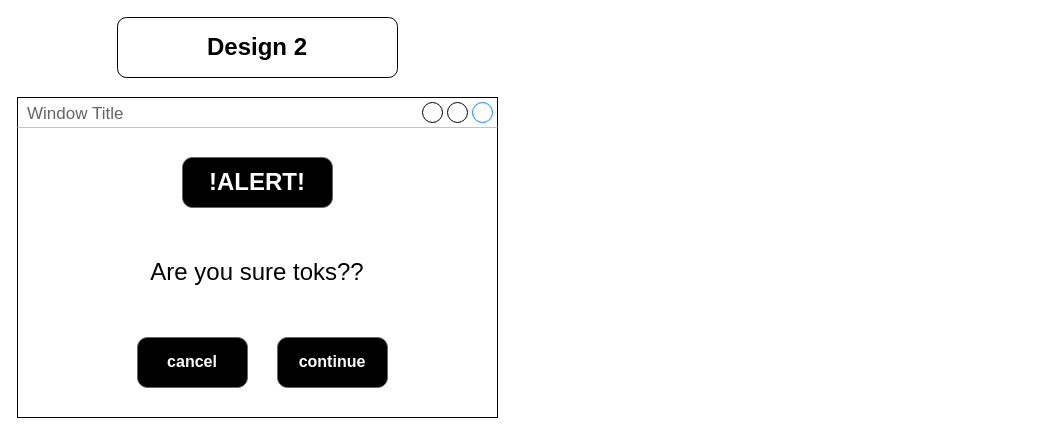
Earlier version of the draw.io diagram .github/Pop up menu.drawio (ASDAH-Digtal/gaming-assignment-2-TevitaManu). Source tidied: cells renumbered, new cells numbered last; positions are measured from the earlier drawing's top-left corner, leaving out a move shared by most shapes. Both pictures are drawn from the tidied source at 100%, with x=0, y=0 at pixel (17, 17).
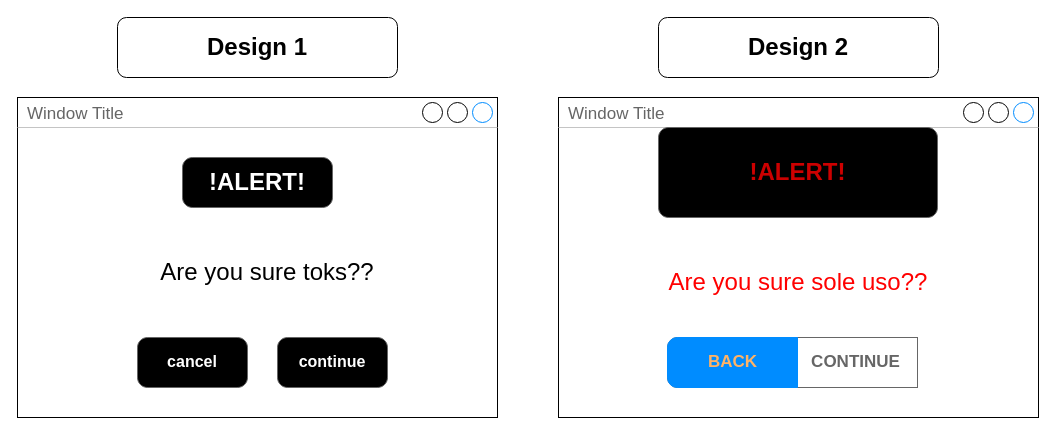
Above is the later version.

Commit message:
I made anothe pop up menu design

Change to the diagram source:
```diff
@@
 <mxGraphModel>
   <root>
     <mxCell id="0" />
     <mxCell id="1" parent="0" />
     <mxCell id="2" value="Window Title" style="strokeWidth=1;shadow=0;dashed=0;align=center;html=1;shape=mxgraph.mockup.containers.window;align=left;verticalAlign=top;spacingLeft=8;strokeColor2=#008cff;strokeColor3=#c4c4c4;fontColor=#666666;mainText=;fontSize=17;labelBackgroundColor=none;" parent="1" vertex="1">
       <mxGeometry y="80" width="480" height="320" as="geometry" />
     </mxCell>
     <mxCell id="3" value="&lt;font style=&quot;font-size: 24px;&quot;&gt;!ALERT!&lt;/font&gt;" style="strokeWidth=1;shadow=0;dashed=0;align=center;html=1;shape=mxgraph.mockup.buttons.button;strokeColor=#666666;fontColor=#ffffff;mainText=;buttonStyle=round;fontSize=17;fontStyle=1;fillColor=#000000;whiteSpace=wrap;" parent="1" vertex="1">
       <mxGeometry x="165" y="140" width="150" height="50" as="geometry" />
     </mxCell>
     <mxCell id="4" value="Are you sure toks??" style="text;html=1;strokeColor=none;fillColor=none;align=center;verticalAlign=middle;whiteSpace=wrap;rounded=0;fontSize=24;" parent="1" vertex="1">
-      <mxGeometry x="30" y="200" width="420" height="110" as="geometry" />
+      <mxGeometry x="40" y="200" width="420" height="110" as="geometry" />
     </mxCell>
     <mxCell id="5" value="&lt;font size=&quot;3&quot;&gt;cancel&lt;/font&gt;" style="strokeWidth=1;shadow=0;dashed=0;align=center;html=1;shape=mxgraph.mockup.buttons.button;strokeColor=#666666;fontColor=#ffffff;mainText=;buttonStyle=round;fontSize=17;fontStyle=1;fillColor=#000000;whiteSpace=wrap;" parent="1" vertex="1">
       <mxGeometry x="120" y="320" width="110" height="50" as="geometry" />
     </mxCell>
     <mxCell id="6" value="&lt;font size=&quot;3&quot;&gt;continue&lt;/font&gt;" style="strokeWidth=1;shadow=0;dashed=0;align=center;html=1;shape=mxgraph.mockup.buttons.button;strokeColor=#666666;fontColor=#ffffff;mainText=;buttonStyle=round;fontSize=17;fontStyle=1;fillColor=#000000;whiteSpace=wrap;" parent="1" vertex="1">
       <mxGeometry x="260" y="320" width="110" height="50" as="geometry" />
     </mxCell>
-    <mxCell id="7" value="&lt;b style=&quot;font-size: 12px;&quot;&gt;&lt;font style=&quot;font-size: 24px;&quot;&gt;Design 2&lt;/font&gt;&lt;/b&gt;" style="rounded=1;whiteSpace=wrap;html=1;fontSize=24;" parent="1" vertex="1">
+    <mxCell id="7" value="&lt;b style=&quot;font-size: 12px;&quot;&gt;&lt;font style=&quot;font-size: 24px;&quot;&gt;Design 1&lt;/font&gt;&lt;/b&gt;" style="rounded=1;whiteSpace=wrap;html=1;fontSize=24;" parent="1" vertex="1">
       <mxGeometry x="100" width="280" height="60" as="geometry" />
     </mxCell>
+    <mxCell id="8" value="&lt;b style=&quot;font-size: 12px;&quot;&gt;&lt;font style=&quot;font-size: 24px;&quot;&gt;Design 2&lt;/font&gt;&lt;/b&gt;" style="rounded=1;whiteSpace=wrap;html=1;fontSize=24;" parent="1" vertex="1">
+      <mxGeometry x="641" width="280" height="60" as="geometry" />
+    </mxCell>
+    <mxCell id="9" value="Window Title" style="strokeWidth=1;shadow=0;dashed=0;align=center;html=1;shape=mxgraph.mockup.containers.window;align=left;verticalAlign=top;spacingLeft=8;strokeColor2=#008cff;strokeColor3=#c4c4c4;fontColor=#666666;mainText=;fontSize=17;labelBackgroundColor=none;" parent="1" vertex="1">
+      <mxGeometry x="541" y="80" width="480" height="320" as="geometry" />
+    </mxCell>
+    <mxCell id="10" value="&lt;font color=&quot;#cc0000&quot; style=&quot;font-size: 24px;&quot;&gt;!ALERT!&lt;/font&gt;" style="strokeWidth=1;shadow=0;dashed=0;align=center;html=1;shape=mxgraph.mockup.buttons.button;strokeColor=#666666;fontColor=#ffffff;mainText=;buttonStyle=round;fontSize=17;fontStyle=1;fillColor=#000000;whiteSpace=wrap;" parent="1" vertex="1">
+      <mxGeometry x="641" y="110" width="279" height="90" as="geometry" />
+    </mxCell>
+    <mxCell id="11" value="&lt;font color=&quot;#ff0000&quot;&gt;Are you sure sole uso??&lt;/font&gt;" style="text;html=1;strokeColor=none;fillColor=none;align=center;verticalAlign=middle;whiteSpace=wrap;rounded=0;fontSize=24;" parent="1" vertex="1">
+      <mxGeometry x="571" y="210" width="420" height="110" as="geometry" />
+    </mxCell>
+    <mxCell id="12" style="strokeWidth=1;shadow=0;dashed=0;align=center;html=1;shape=mxgraph.mockup.rrect;rSize=10;fillColor=#ffffff;strokeColor=#666666;fontColor=#FF0000;" parent="1" vertex="1">
+      <mxGeometry x="650" y="320" width="250" height="50" as="geometry" />
+    </mxCell>
+    <mxCell id="13" value="CONTINUE" style="strokeColor=inherit;fillColor=inherit;gradientColor=inherit;strokeWidth=1;shadow=0;dashed=0;align=center;html=1;shape=mxgraph.mockup.rrect;rSize=0;fontSize=17;fontColor=#666666;fontStyle=1;" parent="12" vertex="1">
+      <mxGeometry width="125" height="50" relative="1" as="geometry">
+        <mxPoint x="125" as="offset" />
+      </mxGeometry>
+    </mxCell>
+    <mxCell id="14" value="&lt;font color=&quot;#ffb366&quot;&gt;BACK&lt;/font&gt;" style="strokeWidth=1;shadow=0;dashed=0;align=center;html=1;shape=mxgraph.mockup.leftButton;rSize=10;fontSize=17;fontColor=#ffffff;fontStyle=1;fillColor=#008cff;strokeColor=#008cff;" parent="12" vertex="1">
+      <mxGeometry width="130" height="50" relative="1" as="geometry" />
+    </mxCell>
   </root>
 </mxGraphModel>
```
